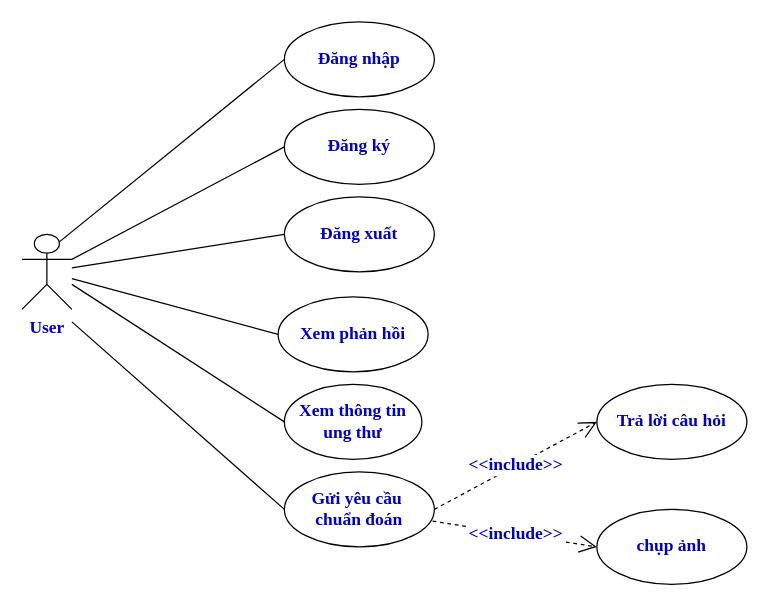
Before: Untitled Diagram.drawio in philong97/diagram, a draw.io diagram. Source tidied: cells renumbered, new cells numbered last; positions are measured from the earlier drawing's top-left corner, leaving out a move shared by most shapes. Both pictures are drawn from the tidied source at 125%, with x=0, y=0 at pixel (21, 21).
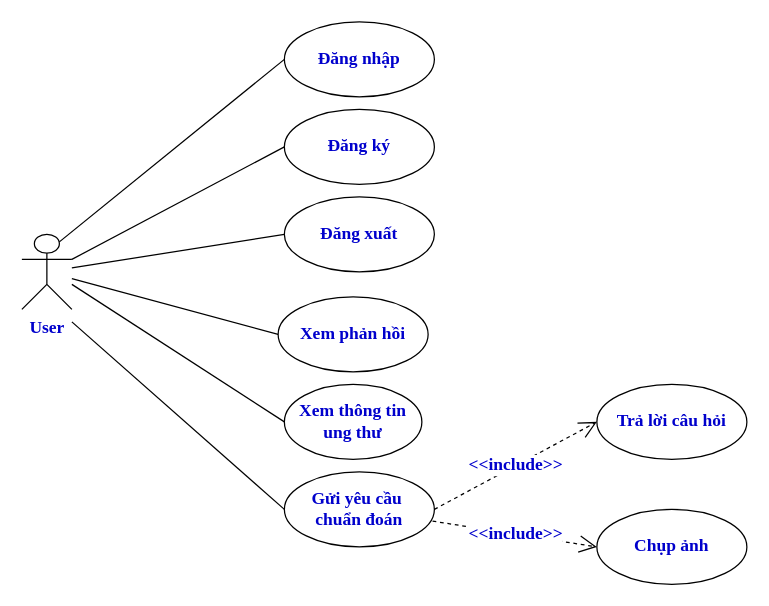
After the change.

The edit, as a diff of the source:
```diff
@@
-    <mxCell id="10" value="chụp ảnh" style="ellipse;whiteSpace=wrap;html=1;fontFamily=Times New Roman;fontColor=#0000CC;fontStyle=1;fontSize=14;" parent="1" vertex="1">
+    <mxCell id="10" value="Chụp ảnh" style="ellipse;whiteSpace=wrap;html=1;fontFamily=Times New Roman;fontColor=#0000CC;fontStyle=1;fontSize=14;" parent="1" vertex="1">
       <mxGeometry x="460" y="390" width="120" height="60" as="geometry" />
     </mxCell>
```
